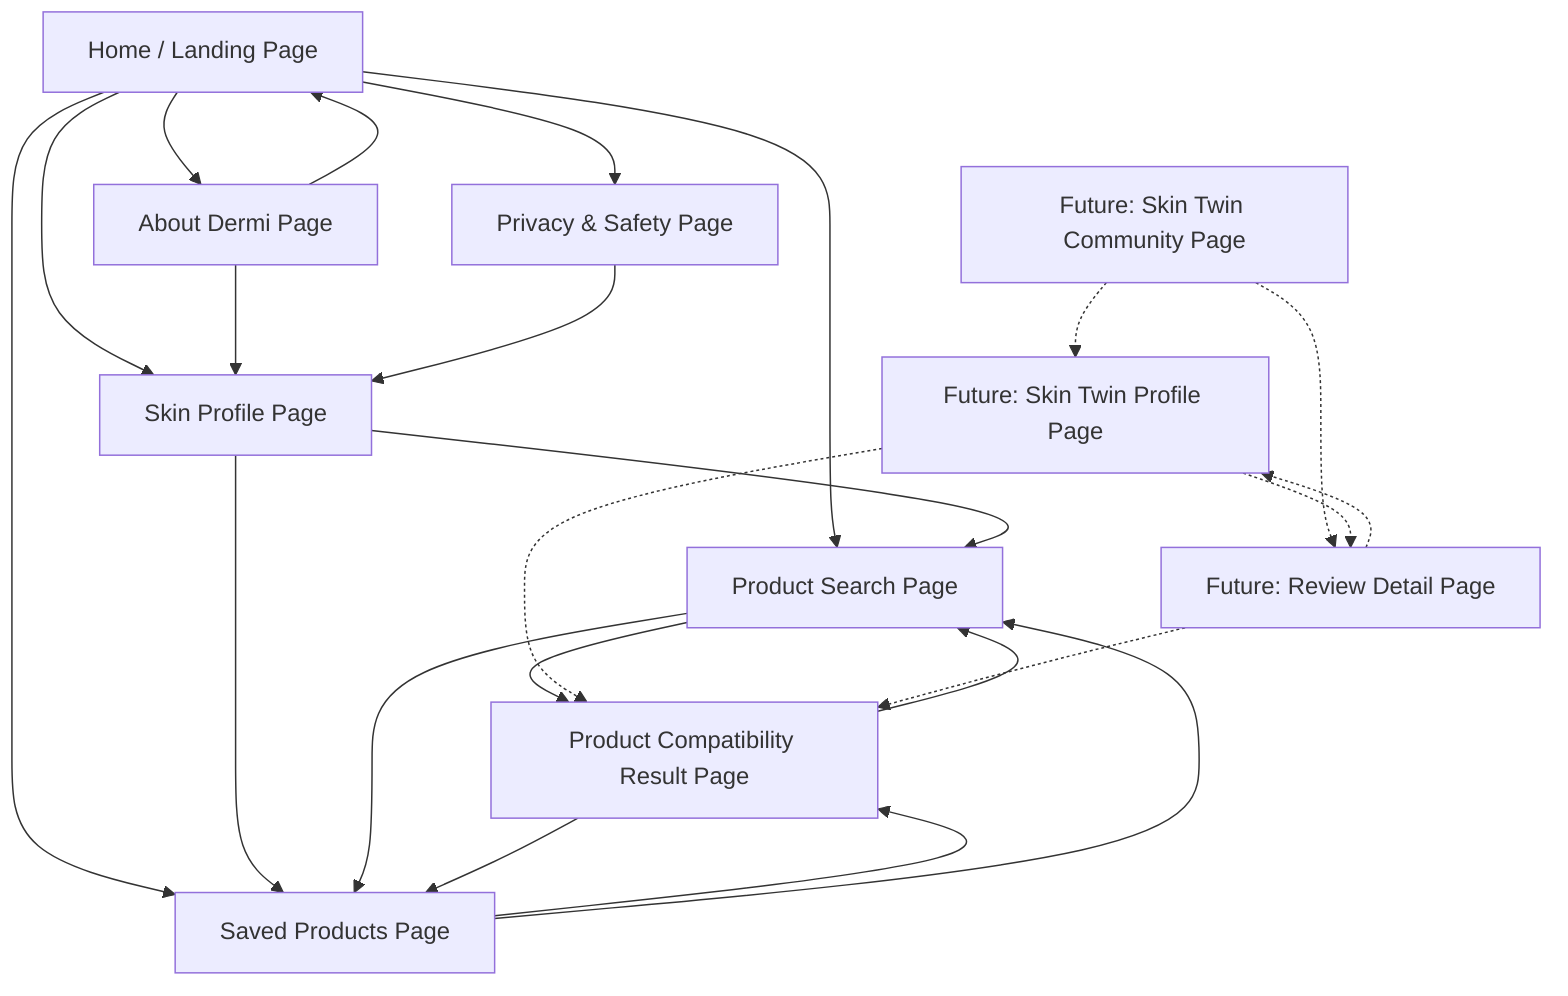
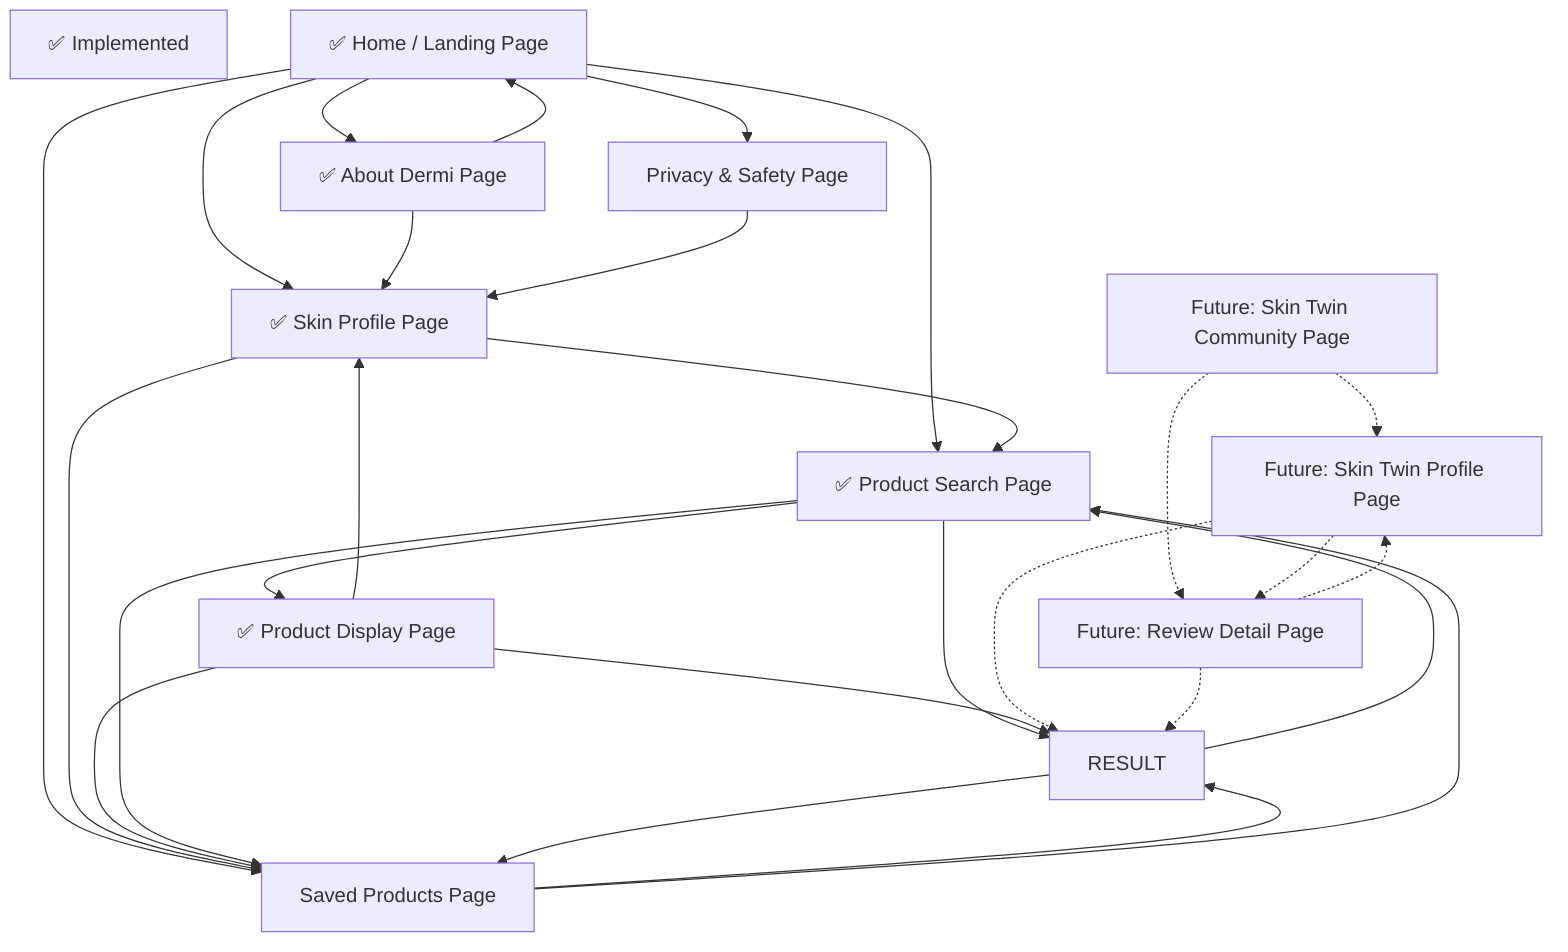
flowchart TD
-     HOME["Home / Landing Page"]
-     PROFILE["Skin Profile Page"]
-     SEARCH["Product Search Page"]
-     RESULT["Product Compatibility Result Page"]
+     LEGEND["✅ Implemented"]
+     HOME["✅ Home / Landing Page"]
+     PROFILE["✅ Skin Profile Page"]
+     SEARCH["✅ Product Search Page"]
+     PRODUCT["✅ Product Display Page"]
    SAVED["Saved Products Page"]
-     ABOUT["About Dermi Page"]
+     ABOUT["✅ About Dermi Page"]
    PRIVACY["Privacy & Safety Page"]
    COMMUNITY["Future: Skin Twin Community Page"]
    TWIN["Future: Skin Twin Profile Page"]
    REVIEW["Future: Review Detail Page"]

    HOME --> PROFILE
    HOME --> SEARCH
    HOME --> SAVED
    HOME --> ABOUT
    HOME --> PRIVACY
    PROFILE --> SEARCH
    PROFILE --> SAVED
    SEARCH --> RESULT
+     SEARCH --> PRODUCT
+     PRODUCT --> RESULT
+     PRODUCT --> SAVED
+     PRODUCT --> PROFILE
    SEARCH --> SAVED
    RESULT --> SEARCH
    RESULT --> SAVED
    SAVED --> RESULT
    SAVED --> SEARCH
    ABOUT --> PROFILE
    ABOUT --> HOME
    PRIVACY --> PROFILE
    COMMUNITY -.-> TWIN
    COMMUNITY -.-> REVIEW
    TWIN -.-> REVIEW
    TWIN -.-> RESULT
    REVIEW -.-> RESULT
    REVIEW -.-> TWIN
